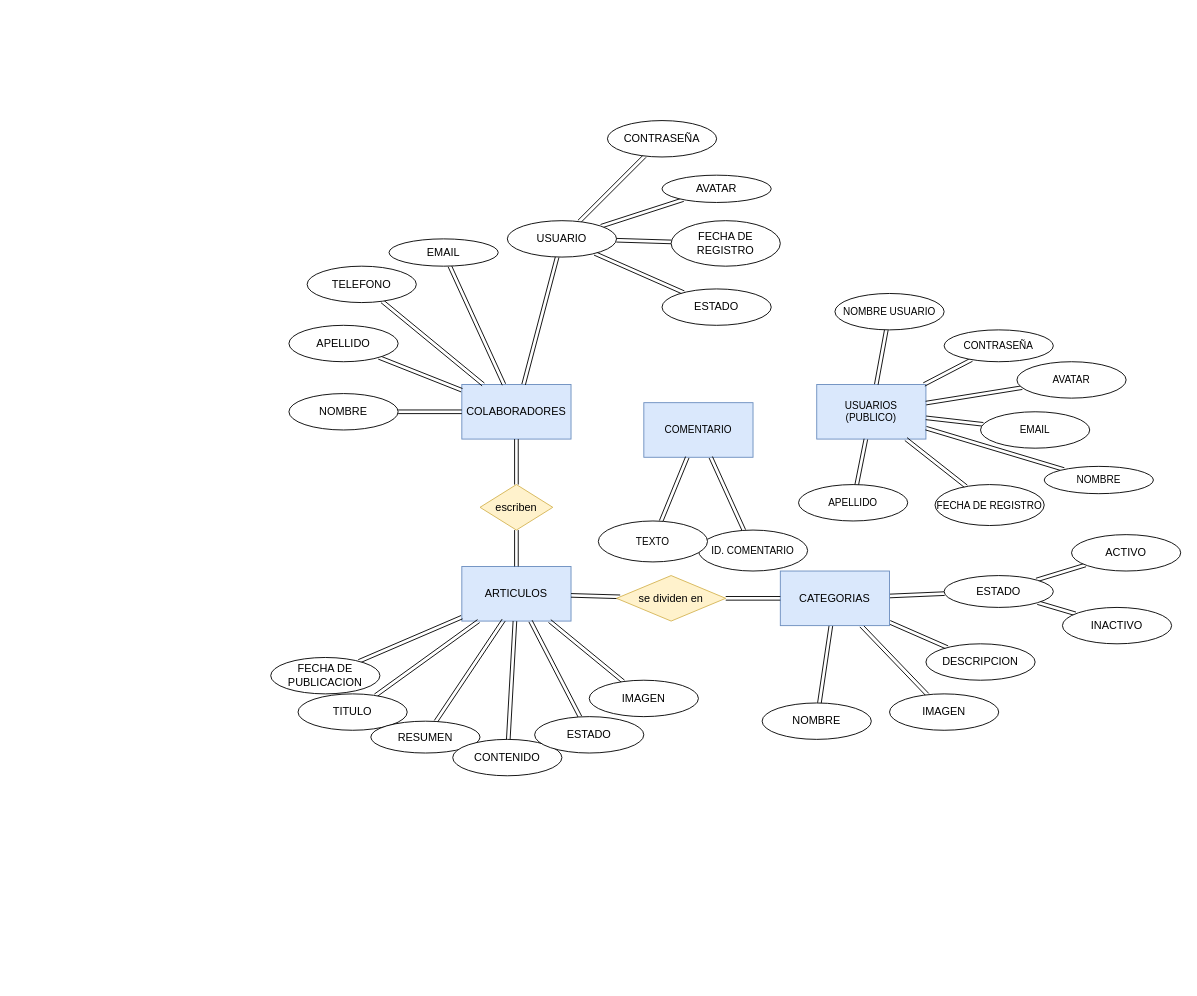
Before: Diagrama sin título.drawio in AilenChA/2023.info.com8, a draw.io diagram. Source tidied: cells renumbered, new cells numbered last; positions are measured from the earlier drawing's top-left corner, leaving out a move shared by most shapes. Both pictures are drawn from the tidied source at 91%, with x=0, y=0 at pixel (270, 120).
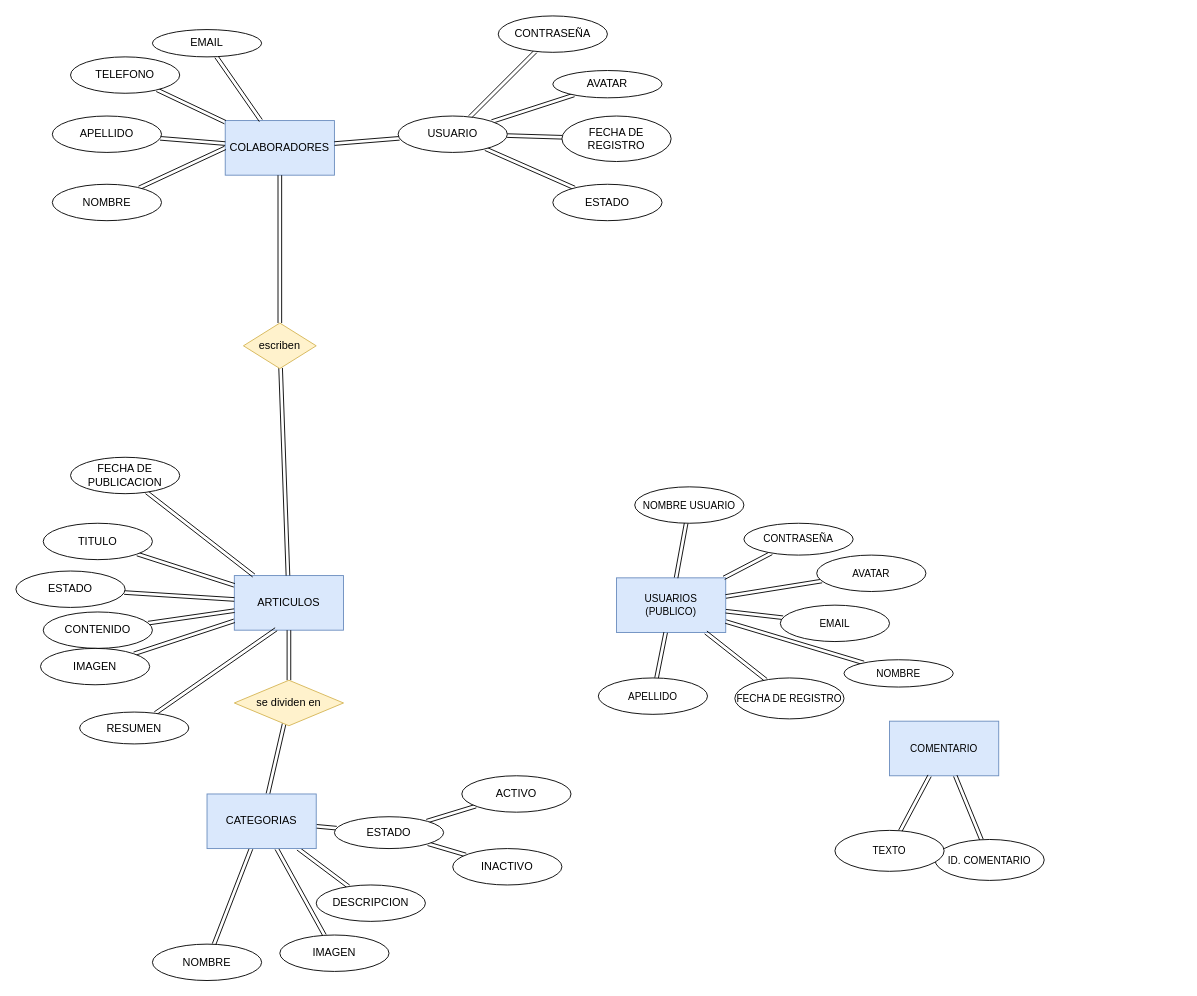
Above is the later version.

The edit, as a diff of the source:
```diff
@@
     <mxCell id="2" value="COLABORADORES" style="rounded=0;whiteSpace=wrap;html=1;fillColor=#dae8fc;strokeColor=#6c8ebf;" parent="1" vertex="1">
-      <mxGeometry x="210" y="290" width="120" height="60" as="geometry" />
+      <mxGeometry x="-50" width="120" height="60" as="geometry" />
     </mxCell>
     <mxCell id="3" value="ARTICULOS" style="rounded=0;whiteSpace=wrap;html=1;fillColor=#dae8fc;strokeColor=#6c8ebf;" parent="1" vertex="1">
-      <mxGeometry x="210" y="490" width="120" height="60" as="geometry" />
+      <mxGeometry x="-40" y="500" width="120" height="60" as="geometry" />
     </mxCell>
@@
+    <mxCell id="73" style="edgeStyle=none;shape=link;rounded=0;jettySize=auto;html=1;labelBackgroundColor=default;strokeColor=default;fontFamily=Helvetica;fontSize=11;fontColor=default;endArrow=classic;" parent="1" edge="1" source="8" target="32">
+      <mxGeometry relative="1" as="geometry" />
+    </mxCell>
     <mxCell id="8" value="CATEGORIAS" style="rounded=0;whiteSpace=wrap;html=1;fillColor=#dae8fc;strokeColor=#6c8ebf;" parent="1" vertex="1">
-      <mxGeometry x="560" y="495" width="120" height="60" as="geometry" />
+      <mxGeometry x="-70" y="740" width="120" height="60" as="geometry" />
     </mxCell>
@@
     <mxCell id="10" value="NOMBRE" style="ellipse;whiteSpace=wrap;html=1;" parent="1" vertex="1">
-      <mxGeometry x="20" y="300" width="120" height="40" as="geometry" />
+      <mxGeometry x="-240" y="70" width="120" height="40" as="geometry" />
     </mxCell>
@@
     <mxCell id="12" value="APELLIDO" style="ellipse;whiteSpace=wrap;html=1;" parent="1" vertex="1">
-      <mxGeometry x="20" y="225" width="120" height="40" as="geometry" />
+      <mxGeometry x="-240" y="-5" width="120" height="40" as="geometry" />
     </mxCell>
@@
     <mxCell id="18" value="USUARIO" style="ellipse;whiteSpace=wrap;html=1;" parent="1" vertex="1">
-      <mxGeometry x="260" y="110" width="120" height="40" as="geometry" />
+      <mxGeometry x="140" y="-5" width="120" height="40" as="geometry" />
     </mxCell>
@@
     <mxCell id="20" value="TELEFONO" style="ellipse;whiteSpace=wrap;html=1;" parent="1" vertex="1">
-      <mxGeometry x="40" y="160" width="120" height="40" as="geometry" />
+      <mxGeometry x="-220" y="-70" width="120" height="40" as="geometry" />
     </mxCell>
@@
     <mxCell id="22" value="EMAIL" style="ellipse;whiteSpace=wrap;html=1;" parent="1" vertex="1">
-      <mxGeometry x="130" y="130" width="120" height="30" as="geometry" />
+      <mxGeometry x="-130" y="-100" width="120" height="30" as="geometry" />
     </mxCell>
     <mxCell id="23" value="CONTRASEÑA" style="ellipse;whiteSpace=wrap;html=1;" parent="1" vertex="1">
-      <mxGeometry x="370" width="120" height="40" as="geometry" />
+      <mxGeometry x="250" y="-115" width="120" height="40" as="geometry" />
     </mxCell>
     <mxCell id="24" value="ESTADO" style="ellipse;whiteSpace=wrap;html=1;" parent="1" vertex="1">
-      <mxGeometry x="430" y="185" width="120" height="40" as="geometry" />
+      <mxGeometry x="310" y="70" width="120" height="40" as="geometry" />
     </mxCell>
     <mxCell id="25" value="FECHA DE REGISTRO" style="ellipse;whiteSpace=wrap;html=1;" parent="1" vertex="1">
-      <mxGeometry x="440" y="110" width="120" height="50" as="geometry" />
+      <mxGeometry x="320" y="-5" width="120" height="50" as="geometry" />
     </mxCell>
     <mxCell id="26" value="AVATAR" style="ellipse;whiteSpace=wrap;html=1;" parent="1" vertex="1">
-      <mxGeometry x="430" y="60" width="120" height="30" as="geometry" />
+      <mxGeometry x="310" y="-55" width="120" height="30" as="geometry" />
     </mxCell>
@@
     <mxCell id="29" value="escriben" style="rhombus;whiteSpace=wrap;html=1;fillColor=#fff2cc;strokeColor=#d6b656;" parent="1" vertex="1">
-      <mxGeometry x="230" y="400" width="80" height="50" as="geometry" />
+      <mxGeometry x="-30" y="222.5" width="80" height="50" as="geometry" />
     </mxCell>
@@
-    <mxCell id="31" style="edgeStyle=none;shape=link;rounded=0;jettySize=auto;html=1;entryX=0;entryY=0.5;entryDx=0;entryDy=0;labelBackgroundColor=default;strokeColor=default;fontFamily=Helvetica;fontSize=11;fontColor=default;endArrow=classic;" parent="1" edge="1" source="32" target="8">
-      <mxGeometry relative="1" as="geometry" />
-    </mxCell>
     <mxCell id="32" value="se dividen en" style="rhombus;whiteSpace=wrap;html=1;fillColor=#fff2cc;strokeColor=#d6b656;" parent="1" vertex="1">
-      <mxGeometry x="380" y="500" width="120" height="50" as="geometry" />
+      <mxGeometry x="-40" y="615" width="120" height="50" as="geometry" />
     </mxCell>
@@
     <mxCell id="34" value="TITULO" style="ellipse;whiteSpace=wrap;html=1;" parent="1" vertex="1">
-      <mxGeometry x="30" y="630" width="120" height="40" as="geometry" />
+      <mxGeometry x="-250" y="442.5" width="120" height="40" as="geometry" />
     </mxCell>
@@
     <mxCell id="36" value="RESUMEN" style="ellipse;whiteSpace=wrap;html=1;" parent="1" vertex="1">
-      <mxGeometry x="110" y="660" width="120" height="35" as="geometry" />
+      <mxGeometry x="-210" y="650" width="120" height="35" as="geometry" />
     </mxCell>
@@
     <mxCell id="38" value="CONTENIDO" style="ellipse;whiteSpace=wrap;html=1;" parent="1" vertex="1">
-      <mxGeometry x="200" y="680" width="120" height="40" as="geometry" />
+      <mxGeometry x="-250" y="540" width="120" height="40" as="geometry" />
     </mxCell>
@@
     <mxCell id="40" value="IMAGEN" style="ellipse;whiteSpace=wrap;html=1;" parent="1" vertex="1">
-      <mxGeometry x="350" y="615" width="120" height="40" as="geometry" />
+      <mxGeometry x="-253" y="580" width="120" height="40" as="geometry" />
     </mxCell>
@@
     <mxCell id="42" value="ESTADO" style="ellipse;whiteSpace=wrap;html=1;" parent="1" vertex="1">
-      <mxGeometry x="290" y="655" width="120" height="40" as="geometry" />
+      <mxGeometry x="-280" y="495" width="120" height="40" as="geometry" />
     </mxCell>
@@
     <mxCell id="44" value="FECHA DE PUBLICACION" style="ellipse;whiteSpace=wrap;html=1;" parent="1" vertex="1">
-      <mxGeometry y="590" width="120" height="40" as="geometry" />
+      <mxGeometry x="-220" y="370" width="120" height="40" as="geometry" />
     </mxCell>
     <mxCell id="45" value="NOMBRE" style="ellipse;whiteSpace=wrap;html=1;" parent="1" vertex="1">
-      <mxGeometry x="540" y="640" width="120" height="40" as="geometry" />
+      <mxGeometry x="-130" y="905" width="120" height="40" as="geometry" />
     </mxCell>
     <mxCell id="46" value="DESCRIPCION" style="ellipse;whiteSpace=wrap;html=1;" parent="1" vertex="1">
-      <mxGeometry x="720" y="575" width="120" height="40" as="geometry" />
+      <mxGeometry x="50" y="840" width="120" height="40" as="geometry" />
     </mxCell>
     <mxCell id="47" value="IMAGEN" style="ellipse;whiteSpace=wrap;html=1;" parent="1" vertex="1">
-      <mxGeometry x="680" y="630" width="120" height="40" as="geometry" />
+      <mxGeometry x="10" y="895" width="120" height="40" as="geometry" />
     </mxCell>
@@
     <mxCell id="50" value="ESTADO" style="ellipse;whiteSpace=wrap;html=1;" parent="1" vertex="1">
-      <mxGeometry x="740" y="500" width="120" height="35" as="geometry" />
+      <mxGeometry x="70" y="765" width="120" height="35" as="geometry" />
     </mxCell>
     <mxCell id="51" value="ACTIVO" style="ellipse;whiteSpace=wrap;html=1;" parent="1" vertex="1">
-      <mxGeometry x="880" y="455" width="120" height="40" as="geometry" />
+      <mxGeometry x="210" y="720" width="120" height="40" as="geometry" />
     </mxCell>
     <mxCell id="52" value="INACTIVO" style="ellipse;whiteSpace=wrap;html=1;" parent="1" vertex="1">
-      <mxGeometry x="870" y="535" width="120" height="40" as="geometry" />
+      <mxGeometry x="200" y="800" width="120" height="40" as="geometry" />
     </mxCell>
     <mxCell id="53" value="USUARIOS&lt;br&gt;(PUBLICO)" style="rounded=0;whiteSpace=wrap;html=1;fontFamily=Helvetica;fontSize=11;fillColor=#dae8fc;strokeColor=#6c8ebf;" parent="1" vertex="1">
-      <mxGeometry x="600" y="290" width="120" height="60" as="geometry" />
+      <mxGeometry x="380" y="502.5" width="120" height="60" as="geometry" />
     </mxCell>
@@
     <mxCell id="55" value="NOMBRE" style="ellipse;whiteSpace=wrap;html=1;fontFamily=Helvetica;fontSize=11;fontColor=default;" parent="1" vertex="1">
-      <mxGeometry x="850" y="380" width="120" height="30" as="geometry" />
+      <mxGeometry x="630" y="592.5" width="120" height="30" as="geometry" />
     </mxCell>
@@
     <mxCell id="57" value="APELLIDO" style="ellipse;whiteSpace=wrap;html=1;fontFamily=Helvetica;fontSize=11;fontColor=default;" parent="1" vertex="1">
-      <mxGeometry x="580" y="400" width="120" height="40" as="geometry" />
+      <mxGeometry x="360" y="612.5" width="120" height="40" as="geometry" />
     </mxCell>
@@
     <mxCell id="59" value="NOMBRE USUARIO" style="ellipse;whiteSpace=wrap;html=1;fontFamily=Helvetica;fontSize=11;fontColor=default;" parent="1" vertex="1">
-      <mxGeometry x="620" y="190" width="120" height="40" as="geometry" />
+      <mxGeometry x="400" y="402.5" width="120" height="40" as="geometry" />
     </mxCell>
@@
     <mxCell id="61" value="AVATAR" style="ellipse;whiteSpace=wrap;html=1;fontFamily=Helvetica;fontSize=11;fontColor=default;" parent="1" vertex="1">
-      <mxGeometry x="820" y="265" width="120" height="40" as="geometry" />
+      <mxGeometry x="600" y="477.5" width="120" height="40" as="geometry" />
     </mxCell>
@@
     <mxCell id="63" value="FECHA DE REGISTRO" style="ellipse;whiteSpace=wrap;html=1;fontFamily=Helvetica;fontSize=11;fontColor=default;" parent="1" vertex="1">
-      <mxGeometry x="730" y="400" width="120" height="45" as="geometry" />
+      <mxGeometry x="510" y="612.5" width="120" height="45" as="geometry" />
     </mxCell>
@@
     <mxCell id="65" value="EMAIL" style="ellipse;whiteSpace=wrap;html=1;fontFamily=Helvetica;fontSize=11;fontColor=default;" parent="1" vertex="1">
-      <mxGeometry x="780" y="320" width="120" height="40" as="geometry" />
+      <mxGeometry x="560" y="532.5" width="120" height="40" as="geometry" />
     </mxCell>
@@
     <mxCell id="67" value="CONTRASEÑA" style="ellipse;whiteSpace=wrap;html=1;fontFamily=Helvetica;fontSize=11;fontColor=default;" parent="1" vertex="1">
-      <mxGeometry x="740" y="230" width="120" height="35" as="geometry" />
+      <mxGeometry x="520" y="442.5" width="120" height="35" as="geometry" />
     </mxCell>
     <mxCell id="68" value="COMENTARIO" style="rounded=0;whiteSpace=wrap;html=1;fontFamily=Helvetica;fontSize=11;fillColor=#dae8fc;strokeColor=#6c8ebf;" parent="1" vertex="1">
-      <mxGeometry x="410" y="310" width="120" height="60" as="geometry" />
+      <mxGeometry x="680" y="660" width="120" height="60" as="geometry" />
     </mxCell>
@@
     <mxCell id="70" value="ID. COMENTARIO" style="ellipse;whiteSpace=wrap;html=1;fontFamily=Helvetica;fontSize=11;fontColor=default;" parent="1" vertex="1">
-      <mxGeometry x="470" y="450" width="120" height="45" as="geometry" />
+      <mxGeometry x="730" y="790" width="120" height="45" as="geometry" />
     </mxCell>
@@
     <mxCell id="72" value="TEXTO" style="ellipse;whiteSpace=wrap;html=1;fontFamily=Helvetica;fontSize=11;fontColor=default;" parent="1" vertex="1">
-      <mxGeometry x="360" y="440" width="120" height="45" as="geometry" />
+      <mxGeometry x="620" y="780" width="120" height="45" as="geometry" />
     </mxCell>
```
